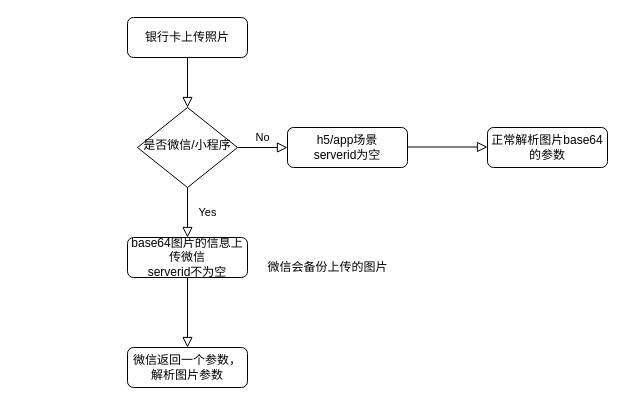
Before: 未命名绘图.drawio in North30/user, a draw.io diagram. Source tidied: cells renumbered, new cells numbered last; positions are measured from the earlier drawing's top-left corner, leaving out a move shared by most shapes. Both pictures are drawn from the tidied source at 100%, with x=0, y=0 at pixel (127, 17).
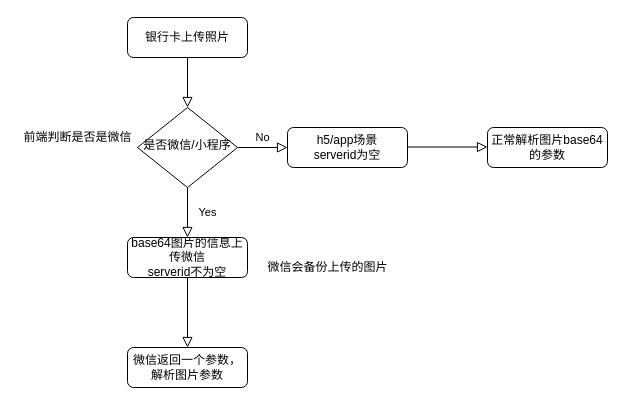
Above is the later version.

Diff of the diagram source:
```diff
@@
 <mxGraphModel>
   <root>
     <mxCell id="0" />
     <mxCell id="1" parent="0" />
     <mxCell id="2" style="rounded=0;html=1;jettySize=auto;fontSize=11;endArrow=block;endFill=0;endSize=8;strokeWidth=1;shadow=0;labelBackgroundColor=none;edgeStyle=orthogonalEdgeStyle;" parent="1" edge="1" source="3" target="6">
       <mxGeometry relative="1" as="geometry" />
     </mxCell>
     <mxCell id="3" value="银行卡上传照片" style="rounded=1;whiteSpace=wrap;html=1;fontSize=12;glass=0;strokeWidth=1;shadow=0;" parent="1" vertex="1">
       <mxGeometry width="120" height="40" as="geometry" />
     </mxCell>
     <mxCell id="4" value="Yes" style="rounded=0;html=1;jettySize=auto;fontSize=11;endArrow=block;endFill=0;endSize=8;strokeWidth=1;shadow=0;labelBackgroundColor=none;edgeStyle=orthogonalEdgeStyle;entryX=0.5;entryY=0;entryDx=0;entryDy=0;" parent="1" edge="1" source="6" target="10">
       <mxGeometry y="20" relative="1" as="geometry" />
     </mxCell>
     <mxCell id="5" value="No" style="edgeStyle=orthogonalEdgeStyle;rounded=0;html=1;jettySize=auto;fontSize=11;endArrow=block;endFill=0;endSize=8;strokeWidth=1;shadow=0;labelBackgroundColor=none;" parent="1" edge="1" source="6" target="7">
       <mxGeometry y="10" relative="1" as="geometry" />
     </mxCell>
     <mxCell id="6" value="是否微信/小程序" style="rhombus;whiteSpace=wrap;html=1;shadow=0;fontFamily=Helvetica;fontSize=12;align=center;strokeWidth=1;spacing=6;spacingTop=-4;" parent="1" vertex="1">
       <mxGeometry x="10" y="90" width="100" height="80" as="geometry" />
     </mxCell>
     <mxCell id="7" value="&lt;span&gt;h5/app场景&lt;br&gt;&lt;/span&gt;serverid为空&lt;span&gt;&lt;br&gt;&lt;/span&gt;" style="rounded=1;whiteSpace=wrap;html=1;fontSize=12;glass=0;strokeWidth=1;shadow=0;" parent="1" vertex="1">
       <mxGeometry x="160" y="110" width="120" height="40" as="geometry" />
     </mxCell>
     <mxCell id="8" value="正常解析图片base64的参数" style="rounded=1;whiteSpace=wrap;html=1;fontSize=12;glass=0;strokeWidth=1;shadow=0;" parent="1" vertex="1">
       <mxGeometry x="360" y="110" width="120" height="40" as="geometry" />
     </mxCell>
     <mxCell id="9" style="edgeStyle=orthogonalEdgeStyle;rounded=0;html=1;jettySize=auto;fontSize=11;endArrow=block;endFill=0;endSize=8;strokeWidth=1;shadow=0;labelBackgroundColor=none;" parent="1" edge="1" source="7">
       <mxGeometry x="-0.25" y="10" relative="1" as="geometry">
         <mxPoint x="360" y="129.5" as="targetPoint" />
       </mxGeometry>
     </mxCell>
     <mxCell id="10" value="base64图片的信息上传微信&lt;br&gt;serverid不为空" style="rounded=1;whiteSpace=wrap;html=1;fontSize=12;glass=0;strokeWidth=1;shadow=0;" parent="1" vertex="1">
       <mxGeometry y="220" width="120" height="40" as="geometry" />
     </mxCell>
     <mxCell id="11" value="微信返回一个参数，解析图片参数" style="rounded=1;whiteSpace=wrap;html=1;fontSize=12;glass=0;strokeWidth=1;shadow=0;" parent="1" vertex="1">
       <mxGeometry y="330" width="120" height="40" as="geometry" />
     </mxCell>
     <mxCell id="12" style="edgeStyle=orthogonalEdgeStyle;rounded=0;html=1;jettySize=auto;fontSize=11;endArrow=block;endFill=0;endSize=8;strokeWidth=1;shadow=0;labelBackgroundColor=none;exitX=0.5;exitY=1;exitDx=0;exitDy=0;entryX=0.5;entryY=0;entryDx=0;entryDy=0;" parent="1" edge="1" source="10" target="11">
       <mxGeometry x="-0.25" y="10" relative="1" as="geometry" />
     </mxCell>
     <mxCell id="13" value="微信会备份上传的图片" style="text;html=1;align=center;verticalAlign=middle;strokeColor=none;" parent="1" vertex="1">
       <mxGeometry x="130" y="240" width="140" height="20" as="geometry" />
     </mxCell>
+    <mxCell id="14" value="前端判断是否是微信" style="text;html=1;align=center;verticalAlign=middle;strokeColor=none;" parent="1" vertex="1">
+      <mxGeometry x="-110" y="110" width="120" height="20" as="geometry" />
+    </mxCell>
   </root>
 </mxGraphModel>
```
